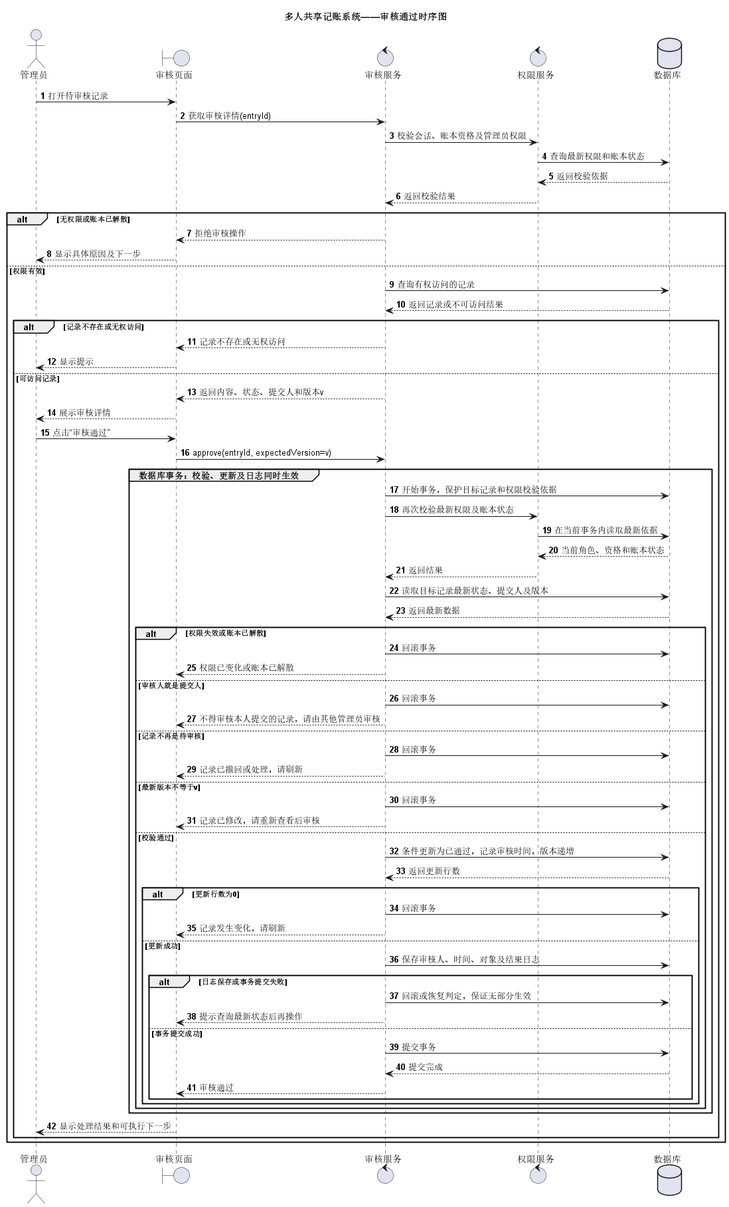
The PlantUML diagram 实验2/UML/UML时序图.png in catherine0223/software-engineering-lab, before a commit. Its diagram source:
```plantuml
@startuml
title 多人共享记账系统——审核通过时序图
autonumber

actor "管理员" as Admin
boundary "审核页面" as Page
control "审核服务" as Review
control "权限服务" as Access
database "数据库" as DB

Admin -> Page : 打开待审核记录
Page -> Review : 获取审核详情(entryId)
Review -> Access : 校验会话、账本资格及管理员权限
Access -> DB : 查询最新权限和账本状态
DB --> Access : 返回校验依据
Access --> Review : 返回校验结果

alt 无权限或账本已解散
  Review --> Page : 拒绝审核操作
  Page --> Admin : 显示具体原因及下一步
else 权限有效
  Review -> DB : 查询有权访问的记录
  DB --> Review : 返回记录或不可访问结果

  alt 记录不存在或无权访问
    Review --> Page : 记录不存在或无权访问
    Page --> Admin : 显示提示
  else 可访问记录
    Review --> Page : 返回内容、状态、提交人和版本v
    Page --> Admin : 展示审核详情
    Admin -> Page : 点击“审核通过”
    Page -> Review : approve(entryId, expectedVersion=v)

    group 数据库事务：校验、更新及日志同时生效
      Review -> DB : 开始事务，保护目标记录和权限校验依据
      Review -> Access : 再次校验最新权限及账本状态
      Access -> DB : 在当前事务内读取最新依据
      DB --> Access : 当前角色、资格和账本状态
      Access --> Review : 返回结果

      Review -> DB : 读取目标记录最新状态、提交人及版本
      DB --> Review : 返回最新数据

      alt 权限失效或账本已解散
        Review -> DB : 回滚事务
        Review --> Page : 权限已变化或账本已解散
      else 审核人就是提交人
        Review -> DB : 回滚事务
        Review --> Page : 不得审核本人提交的记录，请由其他管理员审核
      else 记录不再是待审核
        Review -> DB : 回滚事务
        Review --> Page : 记录已撤回或处理，请刷新
      else 最新版本不等于v
        Review -> DB : 回滚事务
        Review --> Page : 记录已修改，请重新查看后审核
      else 校验通过
        Review -> DB : 条件更新为已通过，记录审核时间，版本递增
        DB --> Review : 返回更新行数

        alt 更新行数为0
          Review -> DB : 回滚事务
          Review --> Page : 记录发生变化，请刷新
        else 更新成功
          Review -> DB : 保存审核人、时间、对象及结果日志

          alt 日志保存或事务提交失败
            Review -> DB : 回滚或恢复判定，保证无部分生效
            Review --> Page : 提示查询最新状态后再操作
          else 事务提交成功
            Review -> DB : 提交事务
            DB --> Review : 提交完成
            Review --> Page : 审核通过
          end
        end
      end
    end

    Page --> Admin : 显示处理结果和可执行下一步
  end
end
@enduml
```
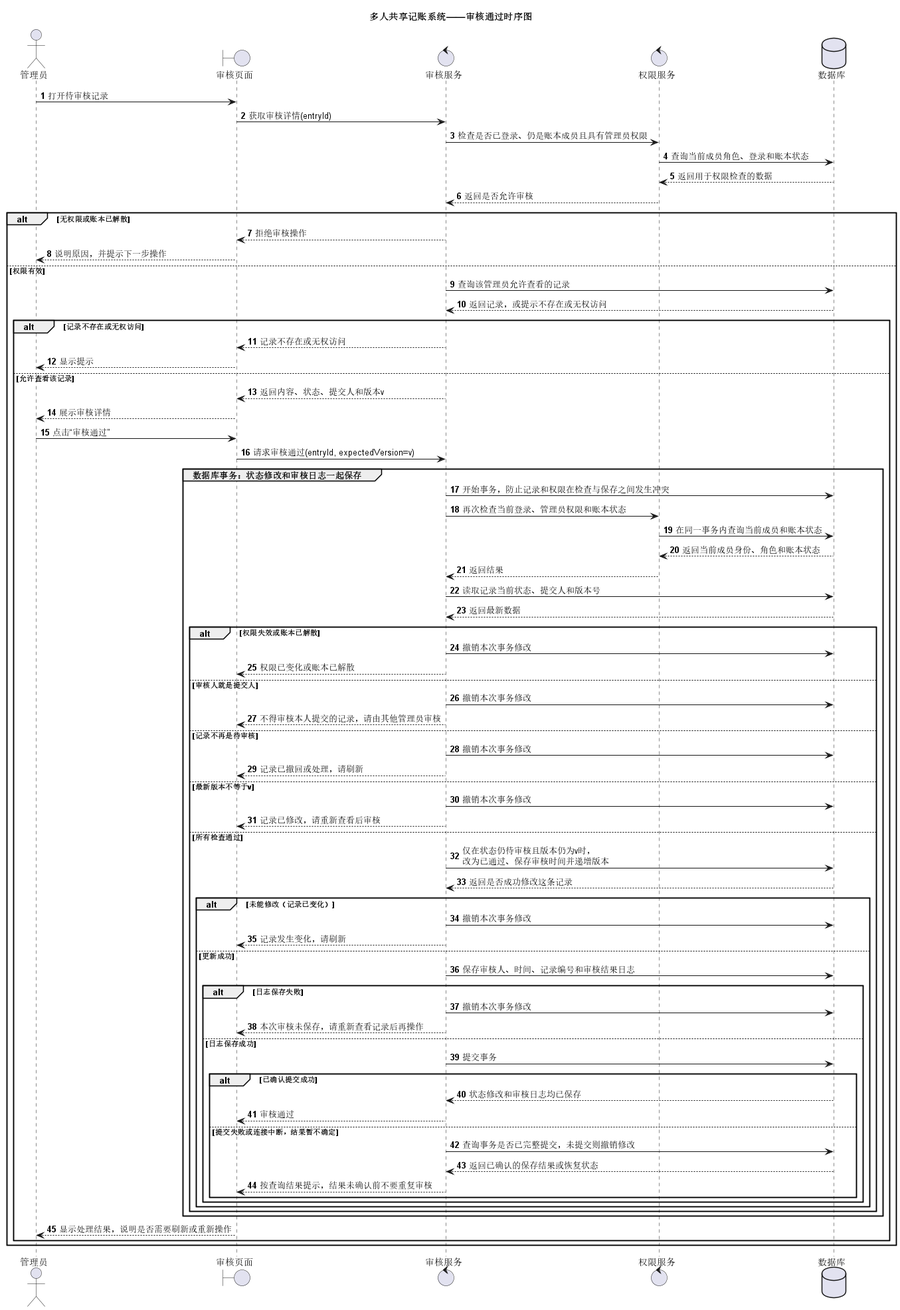
Above is the later version.

The edit, as a diff of the source:
```diff
@@ -10,72 +10,78 @@
 
 Admin -> Page : 打开待审核记录
 Page -> Review : 获取审核详情(entryId)
-Review -> Access : 校验会话、账本资格及管理员权限
-Access -> DB : 查询最新权限和账本状态
-DB --> Access : 返回校验依据
-Access --> Review : 返回校验结果
+Review -> Access : 检查是否已登录、仍是账本成员且具有管理员权限
+Access -> DB : 查询当前成员角色、登录和账本状态
+DB --> Access : 返回用于权限检查的数据
+Access --> Review : 返回是否允许审核
 
 alt 无权限或账本已解散
   Review --> Page : 拒绝审核操作
-  Page --> Admin : 显示具体原因及下一步
+  Page --> Admin : 说明原因，并提示下一步操作
 else 权限有效
-  Review -> DB : 查询有权访问的记录
-  DB --> Review : 返回记录或不可访问结果
+  Review -> DB : 查询该管理员允许查看的记录
+  DB --> Review : 返回记录，或提示不存在或无权访问
 
   alt 记录不存在或无权访问
     Review --> Page : 记录不存在或无权访问
     Page --> Admin : 显示提示
-  else 可访问记录
+  else 允许查看该记录
     Review --> Page : 返回内容、状态、提交人和版本v
     Page --> Admin : 展示审核详情
     Admin -> Page : 点击“审核通过”
-    Page -> Review : approve(entryId, expectedVersion=v)
+    Page -> Review : 请求审核通过(entryId, expectedVersion=v)
 
-    group 数据库事务：校验、更新及日志同时生效
-      Review -> DB : 开始事务，保护目标记录和权限校验依据
-      Review -> Access : 再次校验最新权限及账本状态
-      Access -> DB : 在当前事务内读取最新依据
-      DB --> Access : 当前角色、资格和账本状态
+    group 数据库事务：状态修改和审核日志一起保存
+      Review -> DB : 开始事务，防止记录和权限在检查与保存之间发生冲突
+      Review -> Access : 再次检查当前登录、管理员权限和账本状态
+      Access -> DB : 在同一事务内查询当前成员和账本状态
+      DB --> Access : 返回当前成员身份、角色和账本状态
       Access --> Review : 返回结果
 
-      Review -> DB : 读取目标记录最新状态、提交人及版本
+      Review -> DB : 读取记录当前状态、提交人和版本号
       DB --> Review : 返回最新数据
 
       alt 权限失效或账本已解散
-        Review -> DB : 回滚事务
+        Review -> DB : 撤销本次事务修改
         Review --> Page : 权限已变化或账本已解散
       else 审核人就是提交人
-        Review -> DB : 回滚事务
+        Review -> DB : 撤销本次事务修改
         Review --> Page : 不得审核本人提交的记录，请由其他管理员审核
       else 记录不再是待审核
-        Review -> DB : 回滚事务
+        Review -> DB : 撤销本次事务修改
         Review --> Page : 记录已撤回或处理，请刷新
       else 最新版本不等于v
-        Review -> DB : 回滚事务
+        Review -> DB : 撤销本次事务修改
         Review --> Page : 记录已修改，请重新查看后审核
-      else 校验通过
-        Review -> DB : 条件更新为已通过，记录审核时间，版本递增
-        DB --> Review : 返回更新行数
+      else 所有检查通过
+        Review -> DB : 仅在状态仍待审核且版本仍为v时，\n改为已通过、保存审核时间并递增版本
+        DB --> Review : 返回是否成功修改这条记录
 
-        alt 更新行数为0
-          Review -> DB : 回滚事务
+        alt 未能修改（记录已变化）
+          Review -> DB : 撤销本次事务修改
           Review --> Page : 记录发生变化，请刷新
         else 更新成功
-          Review -> DB : 保存审核人、时间、对象及结果日志
+          Review -> DB : 保存审核人、时间、记录编号和审核结果日志
 
-          alt 日志保存或事务提交失败
-            Review -> DB : 回滚或恢复判定，保证无部分生效
-            Review --> Page : 提示查询最新状态后再操作
-          else 事务提交成功
+          alt 日志保存失败
+            Review -> DB : 撤销本次事务修改
+            Review --> Page : 本次审核未保存，请重新查看记录后再操作
+          else 日志保存成功
             Review -> DB : 提交事务
-            DB --> Review : 提交完成
-            Review --> Page : 审核通过
+            alt 已确认提交成功
+              DB --> Review : 状态修改和审核日志均已保存
+              Review --> Page : 审核通过
+            else 提交失败或连接中断，结果暂不确定
+              Review -> DB : 查询事务是否已完整提交，未提交则撤销修改
+              DB --> Review : 返回已确认的保存结果或恢复状态
+              Review --> Page : 按查询结果提示，结果未确认前不要重复审核
+            end
           end
         end
       end
     end
 
-    Page --> Admin : 显示处理结果和可执行下一步
+    Page --> Admin : 显示处理结果，说明是否需要刷新或重新操作
   end
 end
 @enduml
```
